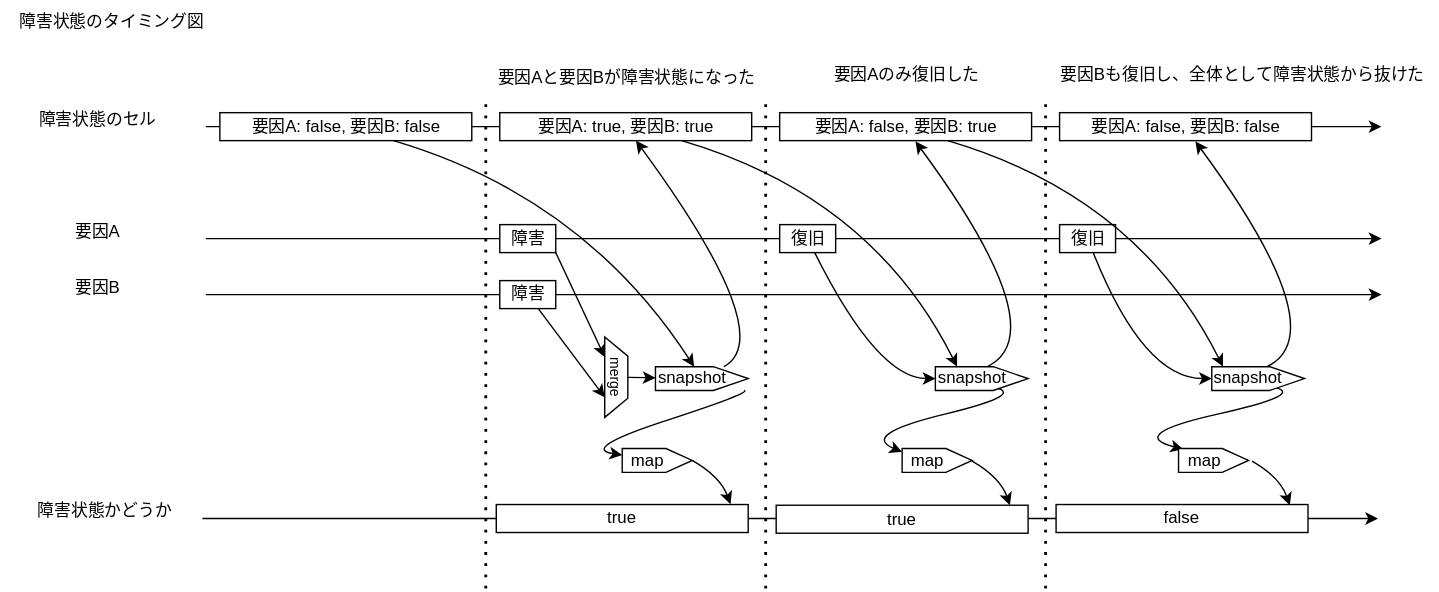
The draw.io diagram images/failure_status_timing.svg in suzuki-taro-unofficial/frpot, before a commit. Source tidied: cells renumbered, new cells last; positions are measured from the earlier drawing's top-left corner, leaving out a move shared by most shapes.
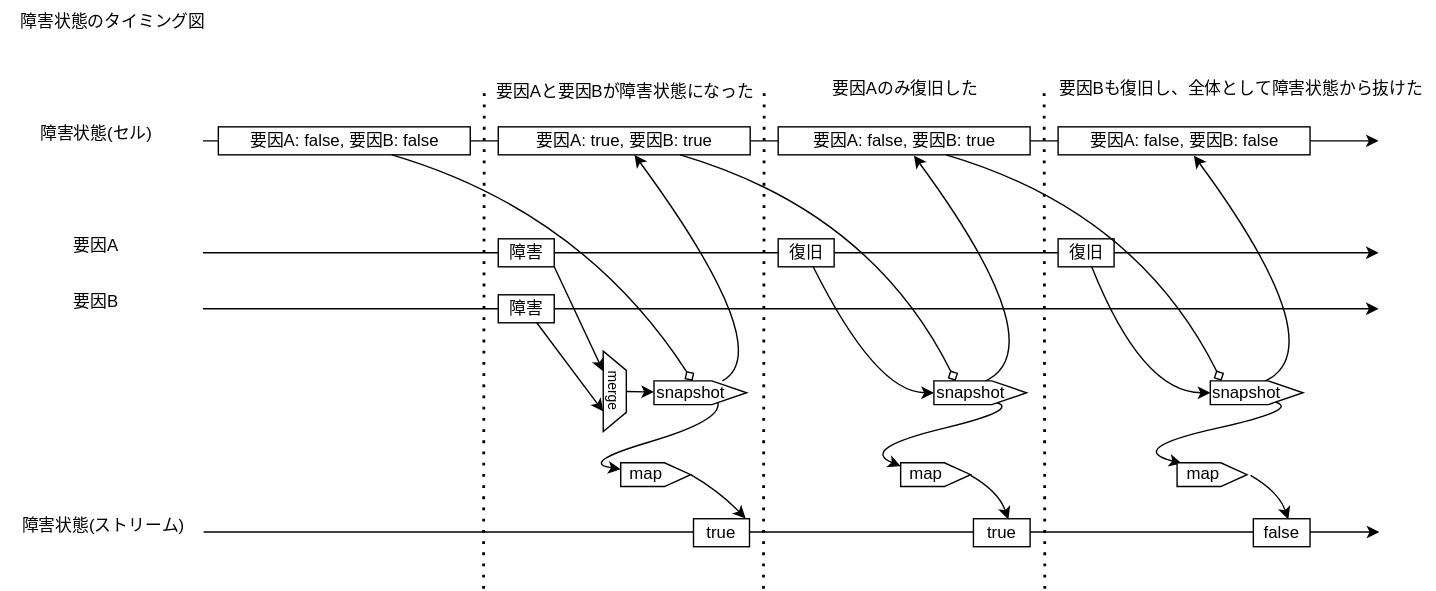
After the commit.

Change to the diagram source:
```diff
@@ -1,20 +1,20 @@
-<mxGraphModel>
+<mxGraphModel background="#ffffff">
   <root>
     <mxCell id="0" />
     <mxCell id="1" parent="0" />
     <mxCell id="2" style="endArrow=classic;html=1;rounded=0;" parent="1" edge="1">
       <mxGeometry relative="1" as="geometry">
-        <mxPoint x="147.5" y="170" as="sourcePoint" />
-        <mxPoint x="987.5" y="170" as="targetPoint" />
+        <mxPoint x="146.5" y="170" as="sourcePoint" />
+        <mxPoint x="986.5" y="170" as="targetPoint" />
       </mxGeometry>
     </mxCell>
     <mxCell id="3" value="障害状態のタイミング図" style="text;html=1;align=center;verticalAlign=middle;strokeColor=none;fillColor=none;" parent="1" vertex="1">
-      <mxGeometry width="160" height="30" as="geometry" />
+      <mxGeometry x="2" y="-10" width="160" height="30" as="geometry" />
     </mxCell>
     <mxCell id="4" style="endArrow=classic;html=1;rounded=0;" parent="1" edge="1">
       <mxGeometry relative="1" as="geometry">
-        <mxPoint x="147.5" y="210" as="sourcePoint" />
-        <mxPoint x="987.5" y="210" as="targetPoint" />
+        <mxPoint x="146.5" y="210" as="sourcePoint" />
+        <mxPoint x="986.5" y="210" as="targetPoint" />
       </mxGeometry>
     </mxCell>
     <mxCell id="5" value="要因A" style="text;html=1;align=center;verticalAlign=middle;strokeColor=none;fillColor=none;" parent="1" vertex="1">
@@ -25,29 +25,29 @@
     </mxCell>
     <mxCell id="7" style="endArrow=classic;html=1;rounded=0;exitX=0.909;exitY=0.667;exitDx=0;exitDy=0;exitPerimeter=0;" parent="1" edge="1">
       <mxGeometry relative="1" as="geometry">
-        <mxPoint x="147.5" y="90" as="sourcePoint" />
-        <mxPoint x="987.5" y="90" as="targetPoint" />
+        <mxPoint x="146.5" y="90" as="sourcePoint" />
+        <mxPoint x="986.5" y="90" as="targetPoint" />
       </mxGeometry>
     </mxCell>
-    <mxCell id="8" value="障害状態のセル" style="text;html=1;align=center;verticalAlign=middle;strokeColor=none;fillColor=none;" parent="1" vertex="1">
-      <mxGeometry x="15" y="70" width="110" height="30" as="geometry" />
+    <mxCell id="8" value="障害状態(セル)" style="text;html=1;align=center;verticalAlign=middle;strokeColor=none;fillColor=none;" parent="1" vertex="1">
+      <mxGeometry x="20" y="70" width="100" height="30" as="geometry" />
     </mxCell>
     <mxCell id="9" style="endArrow=none;dashed=1;html=1;dashPattern=1 3;strokeWidth=2;rounded=0;" parent="1" edge="1">
       <mxGeometry relative="1" as="geometry">
-        <mxPoint x="347.5" y="420" as="sourcePoint" />
-        <mxPoint x="347.5" y="70" as="targetPoint" />
+        <mxPoint x="347" y="410" as="sourcePoint" />
+        <mxPoint x="347.5" y="50" as="targetPoint" />
       </mxGeometry>
     </mxCell>
     <mxCell id="10" style="endArrow=none;dashed=1;html=1;dashPattern=1 3;strokeWidth=2;rounded=0;" parent="1" edge="1">
       <mxGeometry relative="1" as="geometry">
-        <mxPoint x="547.5" y="420" as="sourcePoint" />
-        <mxPoint x="547.5" y="70" as="targetPoint" />
+        <mxPoint x="547" y="410" as="sourcePoint" />
+        <mxPoint x="547.5" y="50" as="targetPoint" />
       </mxGeometry>
     </mxCell>
     <mxCell id="11" style="endArrow=none;dashed=1;html=1;dashPattern=1 3;strokeWidth=2;rounded=0;" parent="1" edge="1">
       <mxGeometry relative="1" as="geometry">
-        <mxPoint x="747.5" y="420" as="sourcePoint" />
-        <mxPoint x="747.5" y="70" as="targetPoint" />
+        <mxPoint x="748" y="410" as="sourcePoint" />
+        <mxPoint x="747.5" y="50" as="targetPoint" />
       </mxGeometry>
     </mxCell>
     <mxCell id="12" value="要因A: false, 要因B: false" style="rounded=0;whiteSpace=wrap;html=1;" parent="1" vertex="1">
@@ -89,7 +89,7 @@
     <mxCell id="24" style="endArrow=classic;html=1;rounded=0;" parent="1" edge="1" source="15" target="23">
       <mxGeometry relative="1" as="geometry" />
     </mxCell>
-    <mxCell id="25" style="endArrow=classic;html=1;rounded=0;curved=1;" parent="1" edge="1" source="12" target="23">
+    <mxCell id="25" style="endArrow=diamond;html=1;rounded=0;curved=1;endFill=0;" parent="1" edge="1" source="12" target="23">
       <mxGeometry relative="1" as="geometry">
         <Array as="points">
           <mxPoint x="417.5" y="140" />
@@ -105,14 +105,14 @@
     </mxCell>
     <mxCell id="27" style="endArrow=classic;html=1;rounded=0;" parent="1" edge="1">
       <mxGeometry relative="1" as="geometry">
-        <mxPoint x="145" y="370" as="sourcePoint" />
-        <mxPoint x="985" y="370" as="targetPoint" />
+        <mxPoint x="147" y="369.5" as="sourcePoint" />
+        <mxPoint x="987" y="369.5" as="targetPoint" />
       </mxGeometry>
     </mxCell>
-    <mxCell id="28" value="障害状態かどうか" style="text;html=1;align=center;verticalAlign=middle;strokeColor=none;fillColor=none;" parent="1" vertex="1">
-      <mxGeometry x="15" y="350" width="120" height="30" as="geometry" />
+    <mxCell id="28" value="障害状態(ストリーム)" style="text;html=1;align=center;verticalAlign=middle;strokeColor=none;fillColor=none;" parent="1" vertex="1">
+      <mxGeometry x="5" y="350" width="140" height="30" as="geometry" />
     </mxCell>
-    <mxCell id="29" style="endArrow=classic;html=1;rounded=0;curved=1;" parent="1" edge="1">
+    <mxCell id="29" style="endArrow=diamond;html=1;rounded=0;curved=1;endFill=0;" parent="1" edge="1">
       <mxGeometry relative="1" as="geometry">
         <mxPoint x="487.5" y="100" as="sourcePoint" />
         <mxPoint x="684.2" y="261.5" as="targetPoint" />
@@ -128,7 +128,7 @@
         </Array>
       </mxGeometry>
     </mxCell>
-    <mxCell id="31" style="endArrow=classic;html=1;rounded=0;curved=1;" parent="1" edge="1">
+    <mxCell id="31" style="endArrow=diamond;html=1;rounded=0;curved=1;endFill=0;" parent="1" edge="1">
       <mxGeometry relative="1" as="geometry">
         <mxPoint x="677.5" y="100" as="sourcePoint" />
         <mxPoint x="874.2" y="261.5" as="targetPoint" />
@@ -145,21 +145,21 @@
       </mxGeometry>
     </mxCell>
     <mxCell id="33" value="true" style="rounded=0;whiteSpace=wrap;html=1;" parent="1" vertex="1">
-      <mxGeometry x="355" y="360" width="180" height="20" as="geometry" />
+      <mxGeometry x="497" y="360" width="40" height="20" as="geometry" />
     </mxCell>
     <mxCell id="34" value="true" style="rounded=0;whiteSpace=wrap;html=1;" parent="1" vertex="1">
-      <mxGeometry x="555" y="360.5" width="180" height="20" as="geometry" />
+      <mxGeometry x="697" y="360" width="40.5" height="20" as="geometry" />
     </mxCell>
     <mxCell id="35" value="false" style="rounded=0;whiteSpace=wrap;html=1;" parent="1" vertex="1">
-      <mxGeometry x="755" y="360" width="180" height="20" as="geometry" />
+      <mxGeometry x="897" y="360" width="40.5" height="20" as="geometry" />
     </mxCell>
     <mxCell id="36" value="&lt;font style=&quot;font-size: 12px;&quot;&gt;map&amp;nbsp; &amp;nbsp;&amp;nbsp;&lt;/font&gt;" style="shape=offPageConnector;whiteSpace=wrap;html=1;rotation=0;direction=north;flipV=1;" parent="1" vertex="1">
       <mxGeometry x="445" y="320" width="50" height="17" as="geometry" />
     </mxCell>
-    <mxCell id="37" style="endArrow=classic;html=1;rounded=0;curved=1;" parent="1" edge="1" source="23" target="36">
+    <mxCell id="37" style="endArrow=classic;html=1;rounded=0;curved=1;exitX=0.927;exitY=0.69;exitDx=0;exitDy=0;exitPerimeter=0;" parent="1" edge="1" source="23" target="36">
       <mxGeometry relative="1" as="geometry">
         <Array as="points">
-          <mxPoint x="537.5" y="280" />
+          <mxPoint x="517" y="290" />
           <mxPoint x="415" y="320" />
         </Array>
       </mxGeometry>
```
